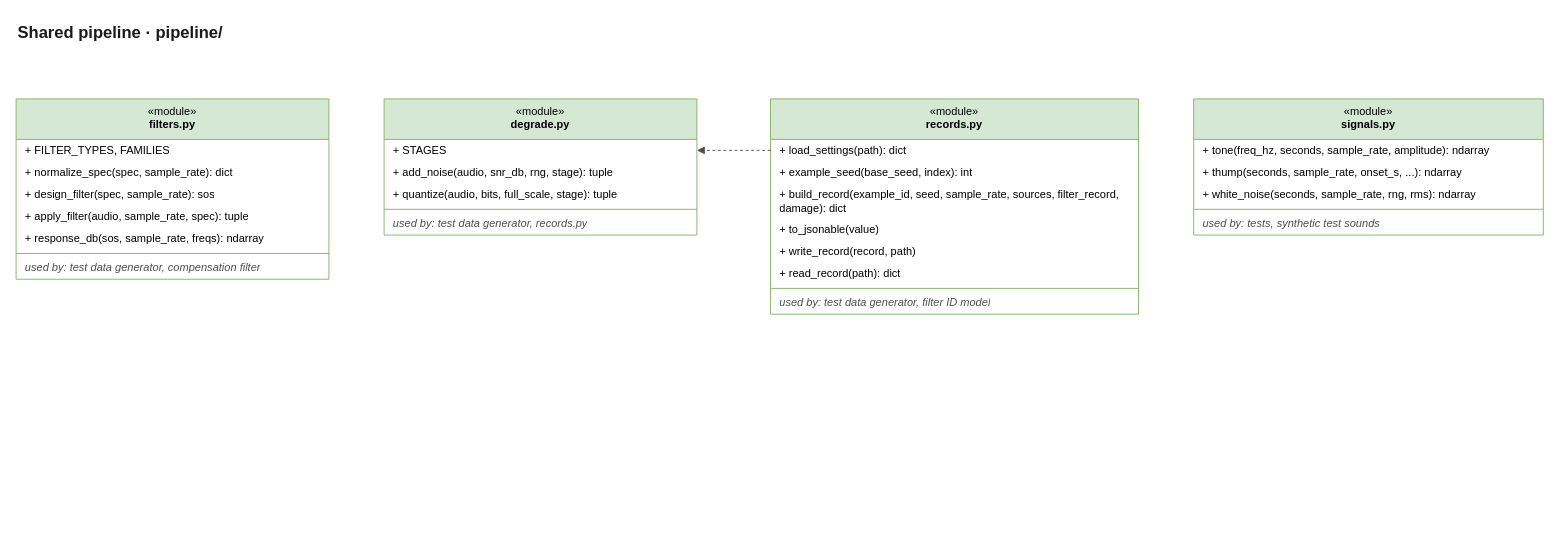
The draw.io diagram page "2 · Shared pipeline" (2 of 8) of docs/project-map/project-map.drawio in Dialovos/fpga-audio-source-classifier, before the edit. Source tidied: cells renumbered, new cells numbered last; positions are measured from the earlier drawing's top-left corner, leaving out a move shared by most shapes. Both pictures are drawn from the tidied source at 92%, with x=0, y=0 at pixel (16, 16).
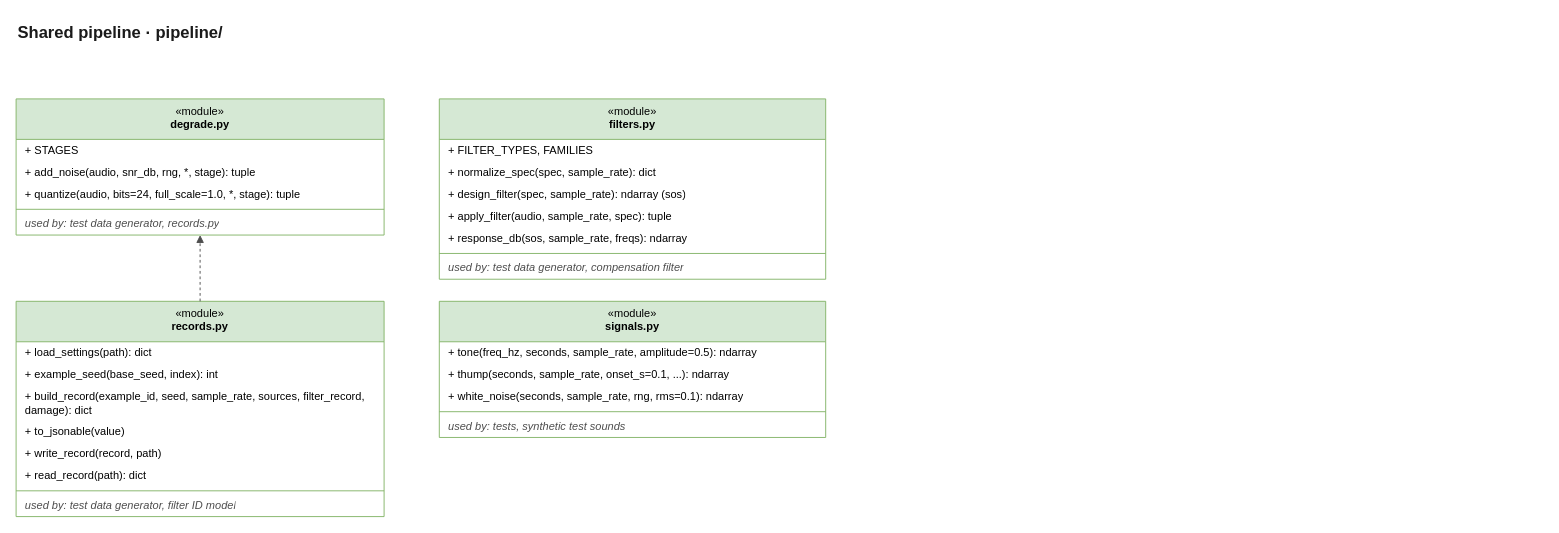
The same page after the edit.

Diff of the diagram source:
```diff
@@
+    <mxCell id="11" value="«module»&lt;br&gt;&lt;b&gt;degrade.py&lt;/b&gt;" style="swimlane;fontStyle=0;align=center;verticalAlign=top;horizontal=1;startSize=44;whiteSpace=wrap;html=1;fontSize=12;fillColor=#d5e8d4;strokeColor=#82b366;" parent="1" vertex="1">
+      <mxGeometry y="90" width="400" height="148" as="geometry" />
+    </mxCell>
+    <mxCell id="12" value="+ STAGES" style="text;strokeColor=none;fillColor=none;align=left;verticalAlign=middle;spacingLeft=8;spacingRight=6;overflow=hidden;whiteSpace=wrap;html=1;fontSize=12;" parent="11" vertex="1">
+      <mxGeometry y="44" width="400" height="24" as="geometry" />
+    </mxCell>
+    <mxCell id="13" value="+ add_noise(audio, snr_db, rng, *, stage): tuple" style="text;strokeColor=none;fillColor=none;align=left;verticalAlign=middle;spacingLeft=8;spacingRight=6;overflow=hidden;whiteSpace=wrap;html=1;fontSize=12;" parent="11" vertex="1">
+      <mxGeometry y="68" width="400" height="24" as="geometry" />
+    </mxCell>
+    <mxCell id="14" value="+ quantize(audio, bits=24, full_scale=1.0, *, stage): tuple" style="text;strokeColor=none;fillColor=none;align=left;verticalAlign=middle;spacingLeft=8;spacingRight=6;overflow=hidden;whiteSpace=wrap;html=1;fontSize=12;" parent="11" vertex="1">
+      <mxGeometry y="92" width="400" height="24" as="geometry" />
+    </mxCell>
+    <mxCell id="15" style="line;strokeWidth=1;fillColor=none;align=left;verticalAlign=middle;spacingTop=-1;spacingLeft=3;spacingRight=3;labelPosition=right;strokeColor=inherit;html=1;" parent="11" vertex="1">
+      <mxGeometry y="116" width="400" height="8" as="geometry" />
+    </mxCell>
+    <mxCell id="16" value="used by: test data generator, records.py" style="text;strokeColor=none;fillColor=none;align=left;verticalAlign=middle;spacingLeft=8;spacingRight=6;overflow=hidden;whiteSpace=wrap;html=1;fontSize=12;fontStyle=2;fontColor=#4d4d4d;" parent="11" vertex="1">
+      <mxGeometry y="124" width="400" height="24" as="geometry" />
+    </mxCell>
     <mxCell id="3" value="«module»&lt;br&gt;&lt;b&gt;filters.py&lt;/b&gt;" style="swimlane;fontStyle=0;align=center;verticalAlign=top;horizontal=1;startSize=44;whiteSpace=wrap;html=1;fontSize=12;fillColor=#d5e8d4;strokeColor=#82b366;" parent="1" vertex="1">
-      <mxGeometry y="90" width="340" height="196" as="geometry" />
+      <mxGeometry x="460" y="90" width="420" height="196" as="geometry" />
     </mxCell>
     <mxCell id="4" value="+ FILTER_TYPES, FAMILIES" style="text;strokeColor=none;fillColor=none;align=left;verticalAlign=middle;spacingLeft=8;spacingRight=6;overflow=hidden;whiteSpace=wrap;html=1;fontSize=12;" parent="3" vertex="1">
-      <mxGeometry y="44" width="340" height="24" as="geometry" />
+      <mxGeometry y="44" width="420" height="24" as="geometry" />
     </mxCell>
     <mxCell id="5" value="+ normalize_spec(spec, sample_rate): dict" style="text;strokeColor=none;fillColor=none;align=left;verticalAlign=middle;spacingLeft=8;spacingRight=6;overflow=hidden;whiteSpace=wrap;html=1;fontSize=12;" parent="3" vertex="1">
-      <mxGeometry y="68" width="340" height="24" as="geometry" />
+      <mxGeometry y="68" width="420" height="24" as="geometry" />
     </mxCell>
-    <mxCell id="6" value="+ design_filter(spec, sample_rate): sos" style="text;strokeColor=none;fillColor=none;align=left;verticalAlign=middle;spacingLeft=8;spacingRight=6;overflow=hidden;whiteSpace=wrap;html=1;fontSize=12;" parent="3" vertex="1">
-      <mxGeometry y="92" width="340" height="24" as="geometry" />
+    <mxCell id="6" value="+ design_filter(spec, sample_rate): ndarray (sos)" style="text;strokeColor=none;fillColor=none;align=left;verticalAlign=middle;spacingLeft=8;spacingRight=6;overflow=hidden;whiteSpace=wrap;html=1;fontSize=12;" parent="3" vertex="1">
+      <mxGeometry y="92" width="420" height="24" as="geometry" />
     </mxCell>
     <mxCell id="7" value="+ apply_filter(audio, sample_rate, spec): tuple" style="text;strokeColor=none;fillColor=none;align=left;verticalAlign=middle;spacingLeft=8;spacingRight=6;overflow=hidden;whiteSpace=wrap;html=1;fontSize=12;" parent="3" vertex="1">
-      <mxGeometry y="116" width="340" height="24" as="geometry" />
+      <mxGeometry y="116" width="420" height="24" as="geometry" />
     </mxCell>
     <mxCell id="8" value="+ response_db(sos, sample_rate, freqs): ndarray" style="text;strokeColor=none;fillColor=none;align=left;verticalAlign=middle;spacingLeft=8;spacingRight=6;overflow=hidden;whiteSpace=wrap;html=1;fontSize=12;" parent="3" vertex="1">
-      <mxGeometry y="140" width="340" height="24" as="geometry" />
+      <mxGeometry y="140" width="420" height="24" as="geometry" />
     </mxCell>
     <mxCell id="9" style="line;strokeWidth=1;fillColor=none;align=left;verticalAlign=middle;spacingTop=-1;spacingLeft=3;spacingRight=3;labelPosition=right;strokeColor=inherit;html=1;" parent="3" vertex="1">
-      <mxGeometry y="164" width="340" height="8" as="geometry" />
+      <mxGeometry y="164" width="420" height="8" as="geometry" />
     </mxCell>
     <mxCell id="10" value="used by: test data generator, compensation filter" style="text;strokeColor=none;fillColor=none;align=left;verticalAlign=middle;spacingLeft=8;spacingRight=6;overflow=hidden;whiteSpace=wrap;html=1;fontSize=12;fontStyle=2;fontColor=#4d4d4d;" parent="3" vertex="1">
-      <mxGeometry y="172" width="340" height="24" as="geometry" />
+      <mxGeometry y="172" width="420" height="24" as="geometry" />
     </mxCell>
-    <mxCell id="11" value="«module»&lt;br&gt;&lt;b&gt;degrade.py&lt;/b&gt;" style="swimlane;fontStyle=0;align=center;verticalAlign=top;horizontal=1;startSize=44;whiteSpace=wrap;html=1;fontSize=12;fillColor=#d5e8d4;strokeColor=#82b366;" parent="1" vertex="1">
-      <mxGeometry x="400" y="90" width="340" height="148" as="geometry" />
-    </mxCell>
-    <mxCell id="12" value="+ STAGES" style="text;strokeColor=none;fillColor=none;align=left;verticalAlign=middle;spacingLeft=8;spacingRight=6;overflow=hidden;whiteSpace=wrap;html=1;fontSize=12;" parent="11" vertex="1">
-      <mxGeometry y="44" width="340" height="24" as="geometry" />
-    </mxCell>
-    <mxCell id="13" value="+ add_noise(audio, snr_db, rng, stage): tuple" style="text;strokeColor=none;fillColor=none;align=left;verticalAlign=middle;spacingLeft=8;spacingRight=6;overflow=hidden;whiteSpace=wrap;html=1;fontSize=12;" parent="11" vertex="1">
-      <mxGeometry y="68" width="340" height="24" as="geometry" />
-    </mxCell>
-    <mxCell id="14" value="+ quantize(audio, bits, full_scale, stage): tuple" style="text;strokeColor=none;fillColor=none;align=left;verticalAlign=middle;spacingLeft=8;spacingRight=6;overflow=hidden;whiteSpace=wrap;html=1;fontSize=12;" parent="11" vertex="1">
-      <mxGeometry y="92" width="340" height="24" as="geometry" />
-    </mxCell>
-    <mxCell id="15" style="line;strokeWidth=1;fillColor=none;align=left;verticalAlign=middle;spacingTop=-1;spacingLeft=3;spacingRight=3;labelPosition=right;strokeColor=inherit;html=1;" parent="11" vertex="1">
-      <mxGeometry y="116" width="340" height="8" as="geometry" />
-    </mxCell>
-    <mxCell id="16" value="used by: test data generator, records.py" style="text;strokeColor=none;fillColor=none;align=left;verticalAlign=middle;spacingLeft=8;spacingRight=6;overflow=hidden;whiteSpace=wrap;html=1;fontSize=12;fontStyle=2;fontColor=#4d4d4d;" parent="11" vertex="1">
-      <mxGeometry y="124" width="340" height="24" as="geometry" />
-    </mxCell>
     <mxCell id="17" value="«module»&lt;br&gt;&lt;b&gt;records.py&lt;/b&gt;" style="swimlane;fontStyle=0;align=center;verticalAlign=top;horizontal=1;startSize=44;whiteSpace=wrap;html=1;fontSize=12;fillColor=#d5e8d4;strokeColor=#82b366;" parent="1" vertex="1">
-      <mxGeometry x="820" y="90" width="400" height="234" as="geometry" />
+      <mxGeometry y="310" width="400" height="234" as="geometry" />
     </mxCell>
@@
     <mxCell id="26" value="«module»&lt;br&gt;&lt;b&gt;signals.py&lt;/b&gt;" style="swimlane;fontStyle=0;align=center;verticalAlign=top;horizontal=1;startSize=44;whiteSpace=wrap;html=1;fontSize=12;fillColor=#d5e8d4;strokeColor=#82b366;" parent="1" vertex="1">
-      <mxGeometry x="1280" y="90" width="380" height="148" as="geometry" />
+      <mxGeometry x="460" y="310" width="420" height="148" as="geometry" />
     </mxCell>
-    <mxCell id="27" value="+ tone(freq_hz, seconds, sample_rate, amplitude): ndarray" style="text;strokeColor=none;fillColor=none;align=left;verticalAlign=middle;spacingLeft=8;spacingRight=6;overflow=hidden;whiteSpace=wrap;html=1;fontSize=12;" parent="26" vertex="1">
-      <mxGeometry y="44" width="380" height="24" as="geometry" />
+    <mxCell id="27" value="+ tone(freq_hz, seconds, sample_rate, amplitude=0.5): ndarray" style="text;strokeColor=none;fillColor=none;align=left;verticalAlign=middle;spacingLeft=8;spacingRight=6;overflow=hidden;whiteSpace=wrap;html=1;fontSize=12;" parent="26" vertex="1">
+      <mxGeometry y="44" width="420" height="24" as="geometry" />
     </mxCell>
-    <mxCell id="28" value="+ thump(seconds, sample_rate, onset_s, ...): ndarray" style="text;strokeColor=none;fillColor=none;align=left;verticalAlign=middle;spacingLeft=8;spacingRight=6;overflow=hidden;whiteSpace=wrap;html=1;fontSize=12;" parent="26" vertex="1">
-      <mxGeometry y="68" width="380" height="24" as="geometry" />
+    <mxCell id="28" value="+ thump(seconds, sample_rate, onset_s=0.1, ...): ndarray" style="text;strokeColor=none;fillColor=none;align=left;verticalAlign=middle;spacingLeft=8;spacingRight=6;overflow=hidden;whiteSpace=wrap;html=1;fontSize=12;" parent="26" vertex="1">
+      <mxGeometry y="68" width="420" height="24" as="geometry" />
     </mxCell>
-    <mxCell id="29" value="+ white_noise(seconds, sample_rate, rng, rms): ndarray" style="text;strokeColor=none;fillColor=none;align=left;verticalAlign=middle;spacingLeft=8;spacingRight=6;overflow=hidden;whiteSpace=wrap;html=1;fontSize=12;" parent="26" vertex="1">
-      <mxGeometry y="92" width="380" height="24" as="geometry" />
+    <mxCell id="29" value="+ white_noise(seconds, sample_rate, rng, rms=0.1): ndarray" style="text;strokeColor=none;fillColor=none;align=left;verticalAlign=middle;spacingLeft=8;spacingRight=6;overflow=hidden;whiteSpace=wrap;html=1;fontSize=12;" parent="26" vertex="1">
+      <mxGeometry y="92" width="420" height="24" as="geometry" />
     </mxCell>
     <mxCell id="30" style="line;strokeWidth=1;fillColor=none;align=left;verticalAlign=middle;spacingTop=-1;spacingLeft=3;spacingRight=3;labelPosition=right;strokeColor=inherit;html=1;" parent="26" vertex="1">
-      <mxGeometry y="116" width="380" height="8" as="geometry" />
+      <mxGeometry y="116" width="420" height="8" as="geometry" />
     </mxCell>
     <mxCell id="31" value="used by: tests, synthetic test sounds" style="text;strokeColor=none;fillColor=none;align=left;verticalAlign=middle;spacingLeft=8;spacingRight=6;overflow=hidden;whiteSpace=wrap;html=1;fontSize=12;fontStyle=2;fontColor=#4d4d4d;" parent="26" vertex="1">
-      <mxGeometry y="124" width="380" height="24" as="geometry" />
+      <mxGeometry y="124" width="420" height="24" as="geometry" />
     </mxCell>
-    <mxCell id="32" style="edgeStyle=orthogonalEdgeStyle;rounded=0;jettySize=auto;html=1;strokeColor=#4d4d4d;fontSize=11;labelBackgroundColor=none;fontStyle=1;dashed=1;endArrow=block;endFill=1;exitX=0;exitY=0.239;exitDx=0;exitDy=0;entryX=1;entryY=0.378;entryDx=0;entryDy=0;" parent="1" edge="1" source="17" target="11">
+    <mxCell id="32" style="edgeStyle=orthogonalEdgeStyle;rounded=0;jettySize=auto;html=1;strokeColor=#4d4d4d;fontSize=11;labelBackgroundColor=none;fontStyle=1;dashed=1;endArrow=block;endFill=1;exitX=0.5;exitY=0;exitDx=0;exitDy=0;entryX=0.5;entryY=1;entryDx=0;entryDy=0;" parent="1" edge="1" source="17" target="11">
       <mxGeometry relative="1" as="geometry" />
     </mxCell>
```
